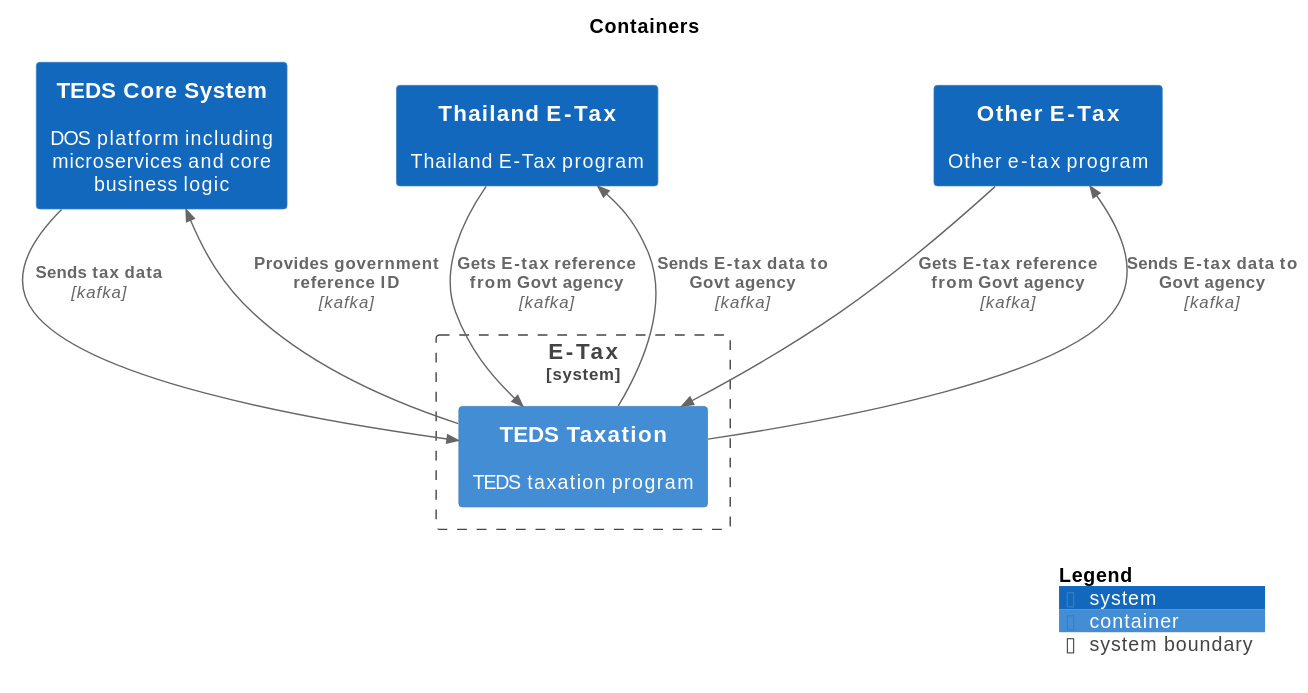
This is main/svg/Level2_taxation-adapter_Containers.svg from kzsahay/teds, a PlantUML export, as it was before one commit. Its source is kept beside it as main/puml/Level2_taxation-adapter_Containers.puml.
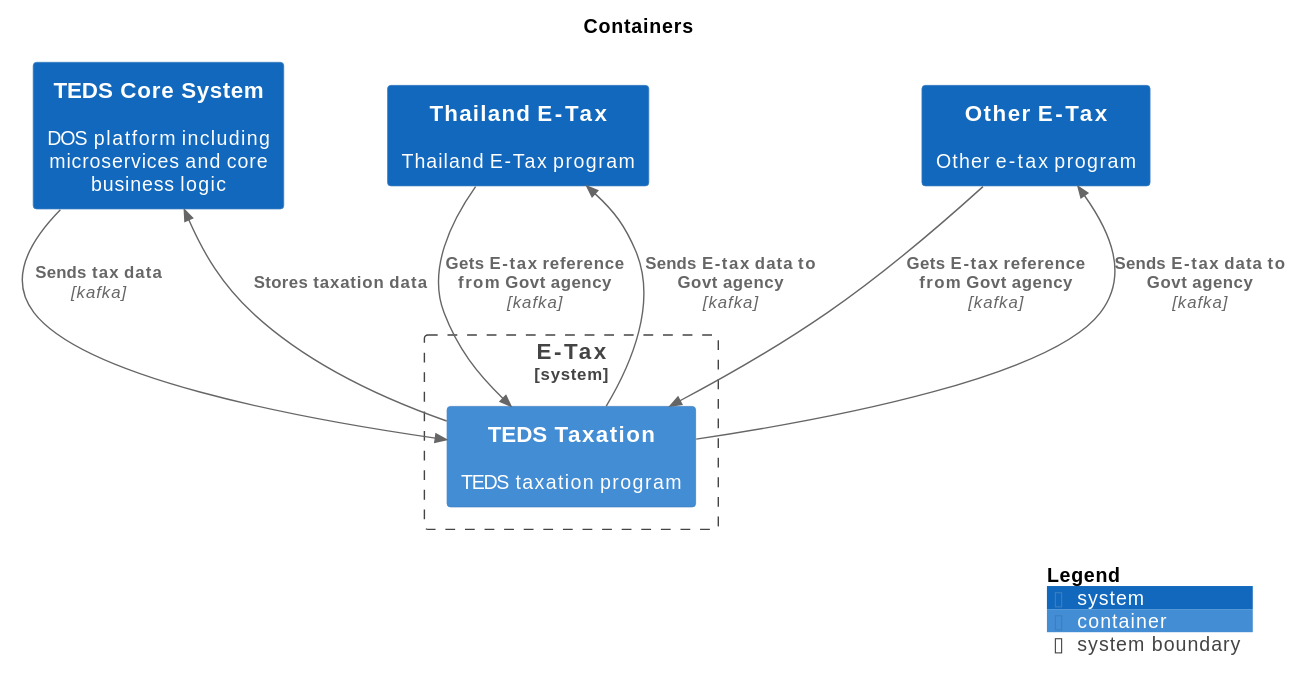
After the change.

Change to the diagram source:
```diff
@@ -21,7 +21,7 @@
 Rel(ETax.TEDSTaxation, OtherETax, "Sends E-tax data to Govt agency", $techn="kafka", $tags="", $link="")
 Rel(ThailandETax, ETax.TEDSTaxation, "Gets E-tax reference from Govt agency", $techn="kafka", $tags="", $link="")
 Rel(OtherETax, ETax.TEDSTaxation, "Gets E-tax reference from Govt agency", $techn="kafka", $tags="", $link="")
-Rel(ETax.TEDSTaxation, TEDSCoreSystem, "Provides government reference ID", $techn="kafka", $tags="", $link="")
+Rel(ETax.TEDSTaxation, TEDSCoreSystem, "Stores taxation data", $techn="", $tags="", $link="")
 
 SHOW_LEGEND(true)
 @enduml
```
